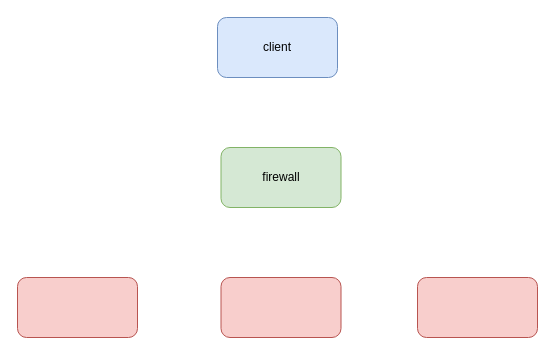
Before: iptables.drawio in wupei-w/diagrams, a draw.io diagram. Source tidied: cells renumbered, new cells numbered last; positions are measured from the earlier drawing's top-left corner, leaving out a move shared by most shapes. Both pictures are drawn from the tidied source at 100%, with x=0, y=0 at pixel (17, 17).
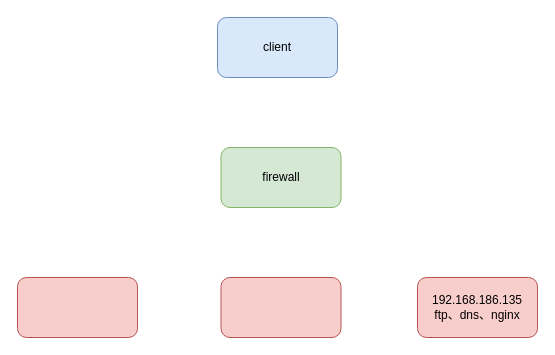
Above is the later version.

The edit, as a diff of the source:
```diff
@@
 <mxGraphModel>
   <root>
     <mxCell id="0" />
     <mxCell id="1" parent="0" />
     <mxCell id="2" value="client" style="rounded=1;whiteSpace=wrap;html=1;fillColor=#dae8fc;strokeColor=#6c8ebf;" parent="1" vertex="1">
       <mxGeometry x="200" width="120" height="60" as="geometry" />
     </mxCell>
     <mxCell id="3" style="rounded=1;whiteSpace=wrap;html=1;fillColor=#f8cecc;strokeColor=#b85450;" parent="1" vertex="1">
       <mxGeometry y="260" width="120" height="60" as="geometry" />
     </mxCell>
     <mxCell id="4" style="rounded=1;whiteSpace=wrap;html=1;fillColor=#f8cecc;strokeColor=#b85450;" parent="1" vertex="1">
       <mxGeometry x="203.5" y="260" width="120" height="60" as="geometry" />
     </mxCell>
-    <mxCell id="5" style="rounded=1;whiteSpace=wrap;html=1;fillColor=#f8cecc;strokeColor=#b85450;" parent="1" vertex="1">
+    <mxCell id="5" value="192.168.186.135&lt;br&gt;ftp、dns、nginx" style="rounded=1;whiteSpace=wrap;html=1;fillColor=#f8cecc;strokeColor=#b85450;" parent="1" vertex="1">
       <mxGeometry x="400" y="260" width="120" height="60" as="geometry" />
     </mxCell>
     <mxCell id="6" value="firewall" style="rounded=1;whiteSpace=wrap;html=1;fillColor=#d5e8d4;strokeColor=#82b366;" parent="1" vertex="1">
       <mxGeometry x="203.5" y="130" width="120" height="60" as="geometry" />
     </mxCell>
   </root>
 </mxGraphModel>
```
